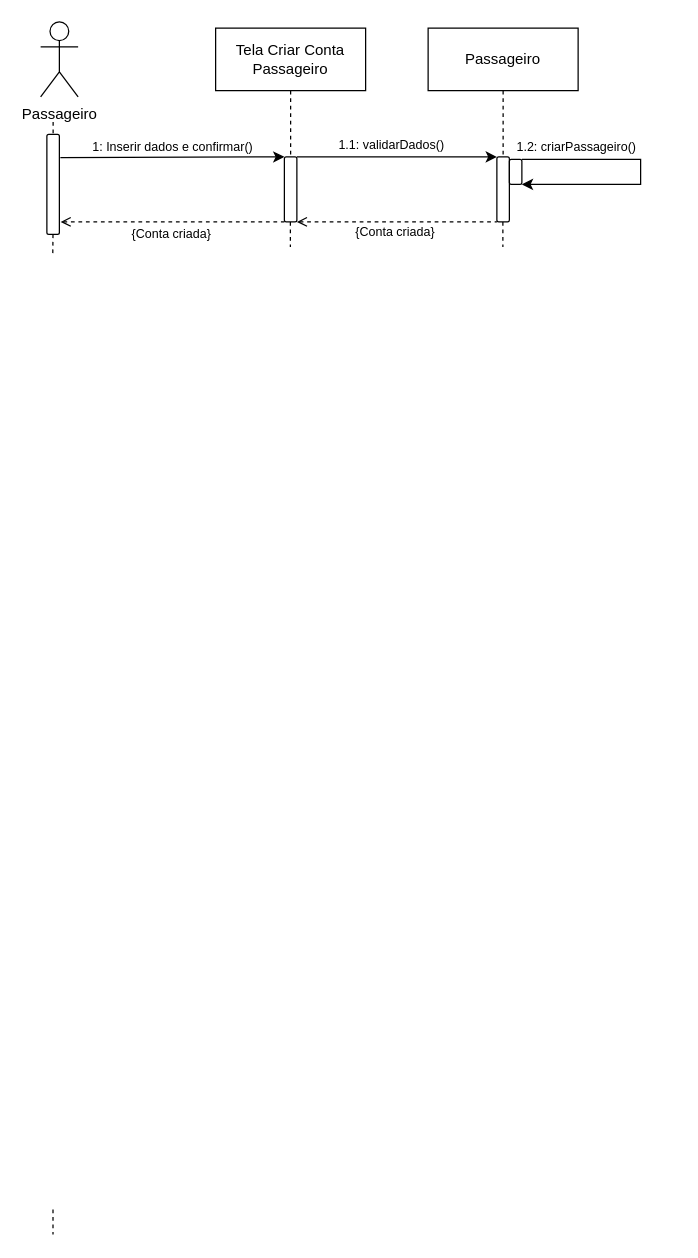
Earlier version of the draw.io diagram Diagramas/Eng_de_Software/Modelos/Sequencia/Criar_Conta_de_Passageiro.drawio (GabrielGMori/trabalho-conclus-o-ano). Source tidied: cells renumbered, new cells numbered last; positions are measured from the earlier drawing's top-left corner, leaving out a move shared by most shapes. Both pictures are drawn from the tidied source at 125%, with x=0, y=0 at pixel (40, 21).
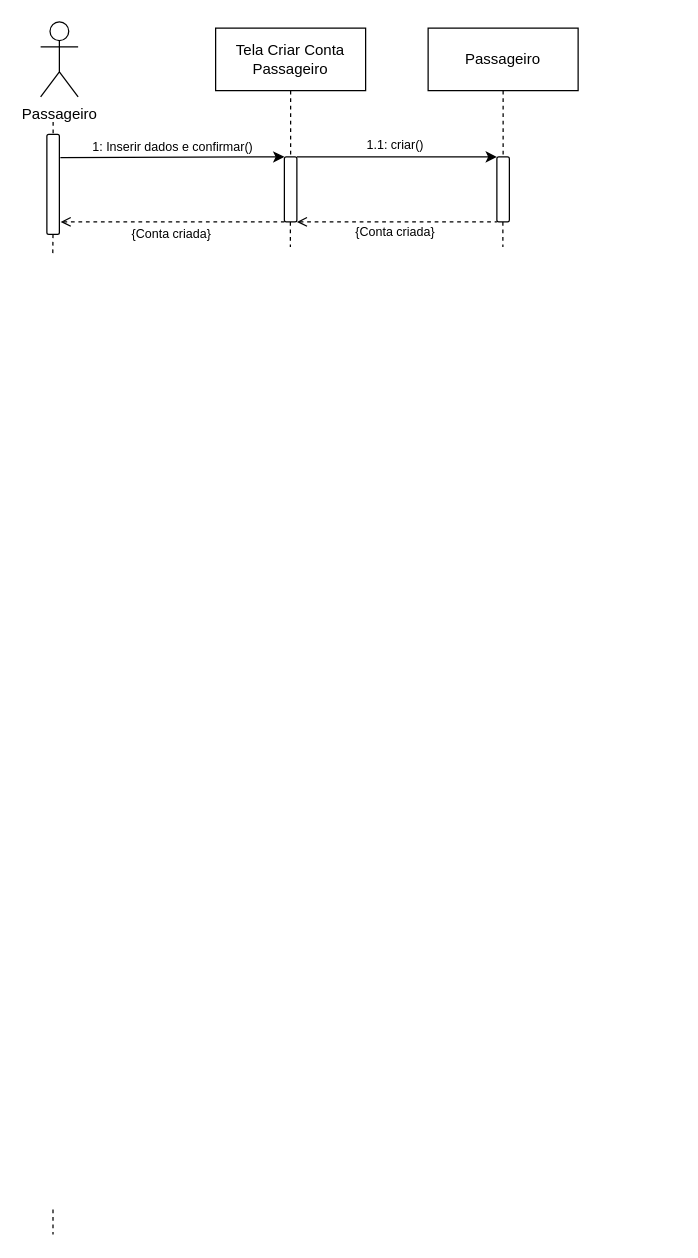
The same page after the edit.

Change to the diagram source:
```diff
@@
-    <mxCell id="17" value="&lt;font&gt;1.1: &lt;/font&gt;&lt;font&gt;validarDados&lt;/font&gt;&lt;font&gt;()&lt;/font&gt;" style="text;html=1;align=center;verticalAlign=middle;whiteSpace=wrap;rounded=0;fontSize=10;" parent="1" vertex="1">
-      <mxGeometry x="201" y="88" width="160" height="20" as="geometry" />
-    </mxCell>
@@
-    <mxCell id="23" style="rounded=1;whiteSpace=wrap;html=1;" parent="1" vertex="1">
-      <mxGeometry x="375" y="110" width="10" height="20" as="geometry" />
-    </mxCell>
-    <mxCell id="24" value="&lt;font&gt;1.2: &lt;/font&gt;&lt;font&gt;criarPassageiro&lt;/font&gt;&lt;font&gt;()&lt;/font&gt;" style="text;html=1;align=center;verticalAlign=middle;whiteSpace=wrap;rounded=0;fontSize=10;" parent="1" vertex="1">
-      <mxGeometry x="349" y="90" width="160" height="20" as="geometry" />
+    <mxCell id="24" value="&lt;font&gt;1.1: &lt;/font&gt;&lt;font&gt;criar&lt;/font&gt;&lt;font&gt;()&lt;/font&gt;" style="text;html=1;align=center;verticalAlign=middle;whiteSpace=wrap;rounded=0;fontSize=10;" parent="1" vertex="1">
+      <mxGeometry x="204" y="88" width="160" height="20" as="geometry" />
     </mxCell>
-    <mxCell id="25" style="endArrow=classic;html=1;rounded=0;exitX=1;exitY=0;exitDx=0;exitDy=0;entryX=1;entryY=1;entryDx=0;entryDy=0;" parent="1" edge="1" target="23">
-      <mxGeometry relative="1" as="geometry">
-        <mxPoint x="385" y="110" as="sourcePoint" />
-        <Array as="points">
-          <mxPoint x="420" y="110" />
-          <mxPoint x="480" y="110" />
-          <mxPoint x="480" y="130" />
-          <mxPoint x="420" y="130" />
-        </Array>
-      </mxGeometry>
-    </mxCell>
```
